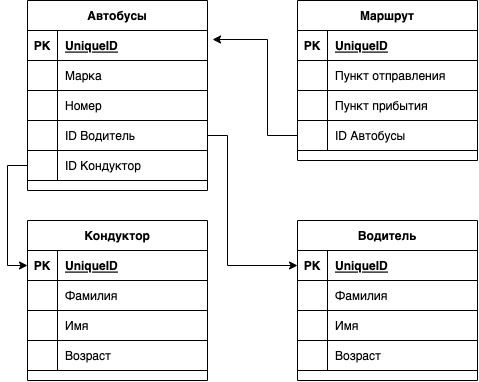
The draw.io diagram Bus.drawio.png in AlexanderIshchenko/HelloDataBase, before a commit. Source tidied: cells renumbered, new cells last; positions are measured from the earlier drawing's top-left corner, leaving out a move shared by most shapes. Source of this version:
```xml
<mxGraphModel>
  <root>
    <mxCell id="0" />
    <mxCell id="1" parent="0" />
    <mxCell id="2" value="Маршрут" style="shape=table;startSize=30;rowLines=0;fontStyle=1;align=center;" parent="1" vertex="1">
      <mxGeometry x="270" width="180" height="160" as="geometry" />
    </mxCell>
    <mxCell id="3" style="shape=tableRow;horizontal=0;startSize=0;swimlaneHead=0;swimlaneBody=0;fillColor=none;top=0;left=0;right=0;bottom=1;" parent="2" vertex="1">
      <mxGeometry y="30" width="180" height="30" as="geometry" />
    </mxCell>
    <mxCell id="4" value="PK" style="shape=partialRectangle;fillColor=none;top=0;left=0;bottom=0;right=0;fontStyle=1;overflow=hidden;" parent="3" vertex="1">
      <mxGeometry width="30" height="30" as="geometry" />
    </mxCell>
    <mxCell id="5" value="UniqueID" style="shape=partialRectangle;fillColor=none;top=0;left=0;bottom=0;right=0;align=left;spacingLeft=6;fontStyle=5;overflow=hidden;" parent="3" vertex="1">
      <mxGeometry x="30" width="150" height="30" as="geometry" />
    </mxCell>
    <mxCell id="6" style="shape=tableRow;horizontal=0;startSize=0;swimlaneHead=0;swimlaneBody=0;fillColor=none;top=0;left=0;right=0;bottom=0;" parent="2" vertex="1">
      <mxGeometry y="60" width="180" height="30" as="geometry" />
    </mxCell>
    <mxCell id="7" style="shape=partialRectangle;fillColor=none;top=0;left=0;bottom=0;right=0;overflow=hidden;" parent="6" vertex="1">
      <mxGeometry width="30" height="30" as="geometry" />
    </mxCell>
    <mxCell id="8" value="Пункт отправления" style="shape=partialRectangle;fillColor=none;top=0;left=0;bottom=0;right=0;align=left;spacingLeft=6;overflow=hidden;" parent="6" vertex="1">
      <mxGeometry x="30" width="150" height="30" as="geometry" />
    </mxCell>
    <mxCell id="9" style="shape=tableRow;horizontal=0;startSize=0;swimlaneHead=0;swimlaneBody=0;fillColor=none;top=0;left=0;right=0;bottom=0;" parent="2" vertex="1">
      <mxGeometry y="90" width="180" height="30" as="geometry" />
    </mxCell>
    <mxCell id="10" style="shape=partialRectangle;fillColor=none;top=0;left=0;bottom=0;right=0;overflow=hidden;" parent="9" vertex="1">
      <mxGeometry width="30" height="30" as="geometry" />
    </mxCell>
    <mxCell id="11" value="Пункт прибытия" style="shape=partialRectangle;fillColor=none;top=0;left=0;bottom=0;right=0;align=left;spacingLeft=6;overflow=hidden;" parent="9" vertex="1">
      <mxGeometry x="30" width="150" height="30" as="geometry" />
    </mxCell>
    <mxCell id="12" style="shape=tableRow;horizontal=0;startSize=0;swimlaneHead=0;swimlaneBody=0;fillColor=none;points=[[0,0.5],[1,0.5]];portConstraint=eastwest;top=0;left=0;right=0;bottom=0;" parent="2" vertex="1">
      <mxGeometry y="120" width="180" height="30" as="geometry" />
    </mxCell>
    <mxCell id="13" style="shape=partialRectangle;fillColor=none;top=0;left=0;bottom=0;right=0;overflow=hidden;" parent="12" vertex="1">
      <mxGeometry width="30" height="30" as="geometry" />
    </mxCell>
    <mxCell id="14" value="ID Автобусы" style="shape=partialRectangle;fillColor=none;top=0;left=0;bottom=0;right=0;align=left;spacingLeft=6;overflow=hidden;" parent="12" vertex="1">
      <mxGeometry x="30" width="150" height="30" as="geometry" />
    </mxCell>
    <mxCell id="15" value="Автобусы" style="shape=table;startSize=30;rowLines=0;fontStyle=1;align=center;" parent="1" vertex="1">
      <mxGeometry width="180" height="190" as="geometry" />
    </mxCell>
    <mxCell id="16" style="shape=tableRow;horizontal=0;startSize=0;swimlaneHead=0;swimlaneBody=0;fillColor=none;points=[[0,0.5],[1,0.5]];portConstraint=eastwest;top=0;left=0;right=0;bottom=1;" parent="15" vertex="1">
      <mxGeometry y="30" width="180" height="30" as="geometry" />
    </mxCell>
    <mxCell id="17" value="PK" style="shape=partialRectangle;fillColor=none;top=0;left=0;bottom=0;right=0;fontStyle=1;overflow=hidden;" parent="16" vertex="1">
      <mxGeometry width="30" height="30" as="geometry" />
    </mxCell>
    <mxCell id="18" value="UniqueID" style="shape=partialRectangle;fillColor=none;top=0;left=0;bottom=0;right=0;align=left;spacingLeft=6;fontStyle=5;overflow=hidden;" parent="16" vertex="1">
      <mxGeometry x="30" width="150" height="30" as="geometry" />
    </mxCell>
    <mxCell id="19" style="shape=tableRow;horizontal=0;startSize=0;swimlaneHead=0;swimlaneBody=0;fillColor=none;top=0;left=0;right=0;bottom=0;" parent="15" vertex="1">
      <mxGeometry y="60" width="180" height="30" as="geometry" />
    </mxCell>
    <mxCell id="20" style="shape=partialRectangle;fillColor=none;top=0;left=0;bottom=0;right=0;overflow=hidden;" parent="19" vertex="1">
      <mxGeometry width="30" height="30" as="geometry" />
    </mxCell>
    <mxCell id="21" value="Марка" style="shape=partialRectangle;fillColor=none;top=0;left=0;bottom=0;right=0;align=left;spacingLeft=6;overflow=hidden;" parent="19" vertex="1">
      <mxGeometry x="30" width="150" height="30" as="geometry" />
    </mxCell>
    <mxCell id="22" style="shape=tableRow;horizontal=0;startSize=0;swimlaneHead=0;swimlaneBody=0;fillColor=none;top=0;left=0;right=0;bottom=0;" parent="15" vertex="1">
      <mxGeometry y="90" width="180" height="30" as="geometry" />
    </mxCell>
    <mxCell id="23" style="shape=partialRectangle;fillColor=none;top=0;left=0;bottom=0;right=0;overflow=hidden;" parent="22" vertex="1">
      <mxGeometry width="30" height="30" as="geometry" />
    </mxCell>
    <mxCell id="24" value="Номер" style="shape=partialRectangle;fillColor=none;top=0;left=0;bottom=0;right=0;align=left;spacingLeft=6;overflow=hidden;" parent="22" vertex="1">
      <mxGeometry x="30" width="150" height="30" as="geometry" />
    </mxCell>
    <mxCell id="25" style="shape=tableRow;horizontal=0;startSize=0;swimlaneHead=0;swimlaneBody=0;fillColor=none;points=[[0,0.5],[1,0.5]];portConstraint=eastwest;top=0;left=0;right=0;bottom=0;" parent="15" vertex="1">
      <mxGeometry y="120" width="180" height="30" as="geometry" />
    </mxCell>
    <mxCell id="26" style="shape=partialRectangle;fillColor=none;top=0;left=0;bottom=0;right=0;overflow=hidden;" parent="25" vertex="1">
      <mxGeometry width="30" height="30" as="geometry" />
    </mxCell>
    <mxCell id="27" value="ID Водитель" style="shape=partialRectangle;fillColor=none;top=0;left=0;bottom=0;right=0;align=left;spacingLeft=6;overflow=hidden;" parent="25" vertex="1">
      <mxGeometry x="30" width="150" height="30" as="geometry" />
    </mxCell>
    <mxCell id="28" style="shape=tableRow;horizontal=0;startSize=0;swimlaneHead=0;swimlaneBody=0;fillColor=none;points=[[0,0.5],[1,0.5]];portConstraint=eastwest;top=0;left=0;right=0;bottom=0;" parent="15" vertex="1">
      <mxGeometry y="150" width="180" height="30" as="geometry" />
    </mxCell>
    <mxCell id="29" style="shape=partialRectangle;fillColor=none;top=0;left=0;bottom=0;right=0;overflow=hidden;" parent="28" vertex="1">
      <mxGeometry width="30" height="30" as="geometry" />
    </mxCell>
    <mxCell id="30" value="ID Кондуктор" style="shape=partialRectangle;fillColor=none;top=0;left=0;bottom=0;right=0;align=left;spacingLeft=6;overflow=hidden;" parent="28" vertex="1">
      <mxGeometry x="30" width="150" height="30" as="geometry" />
    </mxCell>
    <mxCell id="31" value="Водитель" style="shape=table;startSize=30;rowLines=0;fontStyle=1;align=center;" parent="1" vertex="1">
      <mxGeometry x="270" y="220" width="180" height="160" as="geometry" />
    </mxCell>
    <mxCell id="32" style="shape=tableRow;horizontal=0;startSize=0;swimlaneHead=0;swimlaneBody=0;fillColor=none;points=[[0,0.5],[1,0.5]];portConstraint=eastwest;top=0;left=0;right=0;bottom=1;" parent="31" vertex="1">
      <mxGeometry y="30" width="180" height="30" as="geometry" />
    </mxCell>
    <mxCell id="33" value="PK" style="shape=partialRectangle;fillColor=none;top=0;left=0;bottom=0;right=0;fontStyle=1;overflow=hidden;" parent="32" vertex="1">
      <mxGeometry width="30" height="30" as="geometry" />
    </mxCell>
    <mxCell id="34" value="UniqueID" style="shape=partialRectangle;fillColor=none;top=0;left=0;bottom=0;right=0;align=left;spacingLeft=6;fontStyle=5;overflow=hidden;" parent="32" vertex="1">
      <mxGeometry x="30" width="150" height="30" as="geometry" />
    </mxCell>
    <mxCell id="35" style="shape=tableRow;horizontal=0;startSize=0;swimlaneHead=0;swimlaneBody=0;fillColor=none;top=0;left=0;right=0;bottom=0;" parent="31" vertex="1">
      <mxGeometry y="60" width="180" height="30" as="geometry" />
    </mxCell>
    <mxCell id="36" style="shape=partialRectangle;fillColor=none;top=0;left=0;bottom=0;right=0;overflow=hidden;" parent="35" vertex="1">
      <mxGeometry width="30" height="30" as="geometry" />
    </mxCell>
    <mxCell id="37" value="Фамилия" style="shape=partialRectangle;fillColor=none;top=0;left=0;bottom=0;right=0;align=left;spacingLeft=6;overflow=hidden;" parent="35" vertex="1">
      <mxGeometry x="30" width="150" height="30" as="geometry" />
    </mxCell>
    <mxCell id="38" style="shape=tableRow;horizontal=0;startSize=0;swimlaneHead=0;swimlaneBody=0;fillColor=none;top=0;left=0;right=0;bottom=0;" parent="31" vertex="1">
      <mxGeometry y="90" width="180" height="30" as="geometry" />
    </mxCell>
    <mxCell id="39" style="shape=partialRectangle;fillColor=none;top=0;left=0;bottom=0;right=0;overflow=hidden;" parent="38" vertex="1">
      <mxGeometry width="30" height="30" as="geometry" />
    </mxCell>
    <mxCell id="40" value="Имя" style="shape=partialRectangle;fillColor=none;top=0;left=0;bottom=0;right=0;align=left;spacingLeft=6;overflow=hidden;" parent="38" vertex="1">
      <mxGeometry x="30" width="150" height="30" as="geometry" />
    </mxCell>
    <mxCell id="41" style="shape=tableRow;horizontal=0;startSize=0;swimlaneHead=0;swimlaneBody=0;fillColor=none;top=0;left=0;right=0;bottom=0;" parent="31" vertex="1">
      <mxGeometry y="120" width="180" height="30" as="geometry" />
    </mxCell>
    <mxCell id="42" style="shape=partialRectangle;fillColor=none;top=0;left=0;bottom=0;right=0;overflow=hidden;" parent="41" vertex="1">
      <mxGeometry width="30" height="30" as="geometry" />
    </mxCell>
    <mxCell id="43" value="Возраст" style="shape=partialRectangle;fillColor=none;top=0;left=0;bottom=0;right=0;align=left;spacingLeft=6;overflow=hidden;" parent="41" vertex="1">
      <mxGeometry x="30" width="150" height="30" as="geometry" />
    </mxCell>
    <mxCell id="44" value="Кондуктор" style="shape=table;startSize=30;rowLines=0;fontStyle=1;align=center;" parent="1" vertex="1">
      <mxGeometry y="220" width="180" height="160" as="geometry" />
    </mxCell>
    <mxCell id="45" style="shape=tableRow;horizontal=0;startSize=0;swimlaneHead=0;swimlaneBody=0;fillColor=none;points=[[0,0.5],[1,0.5]];portConstraint=eastwest;top=0;left=0;right=0;bottom=1;" parent="44" vertex="1">
      <mxGeometry y="30" width="180" height="30" as="geometry" />
    </mxCell>
    <mxCell id="46" value="PK" style="shape=partialRectangle;fillColor=none;top=0;left=0;bottom=0;right=0;fontStyle=1;overflow=hidden;" parent="45" vertex="1">
      <mxGeometry width="30" height="30" as="geometry" />
    </mxCell>
    <mxCell id="47" value="UniqueID" style="shape=partialRectangle;fillColor=none;top=0;left=0;bottom=0;right=0;align=left;spacingLeft=6;fontStyle=5;overflow=hidden;" parent="45" vertex="1">
      <mxGeometry x="30" width="150" height="30" as="geometry" />
    </mxCell>
    <mxCell id="48" style="shape=tableRow;horizontal=0;startSize=0;swimlaneHead=0;swimlaneBody=0;fillColor=none;top=0;left=0;right=0;bottom=0;" parent="44" vertex="1">
      <mxGeometry y="60" width="180" height="30" as="geometry" />
    </mxCell>
    <mxCell id="49" style="shape=partialRectangle;fillColor=none;top=0;left=0;bottom=0;right=0;overflow=hidden;" parent="48" vertex="1">
      <mxGeometry width="30" height="30" as="geometry" />
    </mxCell>
    <mxCell id="50" value="Фамилия" style="shape=partialRectangle;fillColor=none;top=0;left=0;bottom=0;right=0;align=left;spacingLeft=6;overflow=hidden;" parent="48" vertex="1">
      <mxGeometry x="30" width="150" height="30" as="geometry" />
    </mxCell>
    <mxCell id="51" style="shape=tableRow;horizontal=0;startSize=0;swimlaneHead=0;swimlaneBody=0;fillColor=none;top=0;left=0;right=0;bottom=0;" parent="44" vertex="1">
      <mxGeometry y="90" width="180" height="30" as="geometry" />
    </mxCell>
    <mxCell id="52" style="shape=partialRectangle;fillColor=none;top=0;left=0;bottom=0;right=0;overflow=hidden;" parent="51" vertex="1">
      <mxGeometry width="30" height="30" as="geometry" />
    </mxCell>
    <mxCell id="53" value="Имя" style="shape=partialRectangle;fillColor=none;top=0;left=0;bottom=0;right=0;align=left;spacingLeft=6;overflow=hidden;" parent="51" vertex="1">
      <mxGeometry x="30" width="150" height="30" as="geometry" />
    </mxCell>
    <mxCell id="54" style="shape=tableRow;horizontal=0;startSize=0;swimlaneHead=0;swimlaneBody=0;fillColor=none;top=0;left=0;right=0;bottom=0;" parent="44" vertex="1">
      <mxGeometry y="120" width="180" height="30" as="geometry" />
    </mxCell>
    <mxCell id="55" style="shape=partialRectangle;fillColor=none;top=0;left=0;bottom=0;right=0;overflow=hidden;" parent="54" vertex="1">
      <mxGeometry width="30" height="30" as="geometry" />
    </mxCell>
    <mxCell id="56" value="Возраст" style="shape=partialRectangle;fillColor=none;top=0;left=0;bottom=0;right=0;align=left;spacingLeft=6;overflow=hidden;" parent="54" vertex="1">
      <mxGeometry x="30" width="150" height="30" as="geometry" />
    </mxCell>
    <mxCell id="57" style="edgeStyle=orthogonalEdgeStyle;rounded=0;jettySize=auto;html=1;entryX=1.028;entryY=0.3;entryDx=0;entryDy=0;entryPerimeter=0;" parent="1" edge="1" source="12" target="16">
      <mxGeometry relative="1" as="geometry">
        <Array as="points">
          <mxPoint x="240" y="135" />
          <mxPoint x="240" y="39" />
        </Array>
      </mxGeometry>
    </mxCell>
    <mxCell id="58" style="edgeStyle=orthogonalEdgeStyle;rounded=0;jettySize=auto;html=1;entryX=0;entryY=0.5;entryDx=0;entryDy=0;" parent="1" edge="1" source="28" target="45">
      <mxGeometry relative="1" as="geometry" />
    </mxCell>
    <mxCell id="59" style="edgeStyle=orthogonalEdgeStyle;rounded=0;jettySize=auto;html=1;entryX=0;entryY=0.5;entryDx=0;entryDy=0;" parent="1" edge="1" source="25" target="32">
      <mxGeometry relative="1" as="geometry">
        <Array as="points">
          <mxPoint x="200" y="135" />
          <mxPoint x="200" y="265" />
        </Array>
      </mxGeometry>
    </mxCell>
  </root>
</mxGraphModel>
```
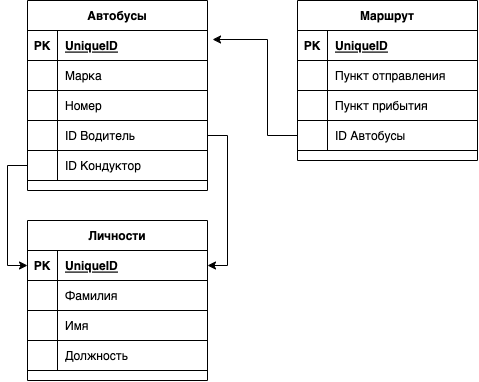
Later version of the same file.

Commit message:
Домашнее задание Автобусы png исправление

What changed in the source:
```diff
@@ -89,46 +89,7 @@
     <mxCell id="30" value="ID Кондуктор" style="shape=partialRectangle;fillColor=none;top=0;left=0;bottom=0;right=0;align=left;spacingLeft=6;overflow=hidden;" parent="28" vertex="1">
       <mxGeometry x="30" width="150" height="30" as="geometry" />
     </mxCell>
-    <mxCell id="31" value="Водитель" style="shape=table;startSize=30;rowLines=0;fontStyle=1;align=center;" parent="1" vertex="1">
-      <mxGeometry x="270" y="220" width="180" height="160" as="geometry" />
-    </mxCell>
-    <mxCell id="32" style="shape=tableRow;horizontal=0;startSize=0;swimlaneHead=0;swimlaneBody=0;fillColor=none;points=[[0,0.5],[1,0.5]];portConstraint=eastwest;top=0;left=0;right=0;bottom=1;" parent="31" vertex="1">
-      <mxGeometry y="30" width="180" height="30" as="geometry" />
-    </mxCell>
-    <mxCell id="33" value="PK" style="shape=partialRectangle;fillColor=none;top=0;left=0;bottom=0;right=0;fontStyle=1;overflow=hidden;" parent="32" vertex="1">
-      <mxGeometry width="30" height="30" as="geometry" />
-    </mxCell>
-    <mxCell id="34" value="UniqueID" style="shape=partialRectangle;fillColor=none;top=0;left=0;bottom=0;right=0;align=left;spacingLeft=6;fontStyle=5;overflow=hidden;" parent="32" vertex="1">
-      <mxGeometry x="30" width="150" height="30" as="geometry" />
-    </mxCell>
-    <mxCell id="35" style="shape=tableRow;horizontal=0;startSize=0;swimlaneHead=0;swimlaneBody=0;fillColor=none;top=0;left=0;right=0;bottom=0;" parent="31" vertex="1">
-      <mxGeometry y="60" width="180" height="30" as="geometry" />
-    </mxCell>
-    <mxCell id="36" style="shape=partialRectangle;fillColor=none;top=0;left=0;bottom=0;right=0;overflow=hidden;" parent="35" vertex="1">
-      <mxGeometry width="30" height="30" as="geometry" />
-    </mxCell>
-    <mxCell id="37" value="Фамилия" style="shape=partialRectangle;fillColor=none;top=0;left=0;bottom=0;right=0;align=left;spacingLeft=6;overflow=hidden;" parent="35" vertex="1">
-      <mxGeometry x="30" width="150" height="30" as="geometry" />
-    </mxCell>
-    <mxCell id="38" style="shape=tableRow;horizontal=0;startSize=0;swimlaneHead=0;swimlaneBody=0;fillColor=none;top=0;left=0;right=0;bottom=0;" parent="31" vertex="1">
-      <mxGeometry y="90" width="180" height="30" as="geometry" />
-    </mxCell>
-    <mxCell id="39" style="shape=partialRectangle;fillColor=none;top=0;left=0;bottom=0;right=0;overflow=hidden;" parent="38" vertex="1">
-      <mxGeometry width="30" height="30" as="geometry" />
-    </mxCell>
-    <mxCell id="40" value="Имя" style="shape=partialRectangle;fillColor=none;top=0;left=0;bottom=0;right=0;align=left;spacingLeft=6;overflow=hidden;" parent="38" vertex="1">
-      <mxGeometry x="30" width="150" height="30" as="geometry" />
-    </mxCell>
-    <mxCell id="41" style="shape=tableRow;horizontal=0;startSize=0;swimlaneHead=0;swimlaneBody=0;fillColor=none;top=0;left=0;right=0;bottom=0;" parent="31" vertex="1">
-      <mxGeometry y="120" width="180" height="30" as="geometry" />
-    </mxCell>
-    <mxCell id="42" style="shape=partialRectangle;fillColor=none;top=0;left=0;bottom=0;right=0;overflow=hidden;" parent="41" vertex="1">
-      <mxGeometry width="30" height="30" as="geometry" />
-    </mxCell>
-    <mxCell id="43" value="Возраст" style="shape=partialRectangle;fillColor=none;top=0;left=0;bottom=0;right=0;align=left;spacingLeft=6;overflow=hidden;" parent="41" vertex="1">
-      <mxGeometry x="30" width="150" height="30" as="geometry" />
-    </mxCell>
-    <mxCell id="44" value="Кондуктор" style="shape=table;startSize=30;rowLines=0;fontStyle=1;align=center;" parent="1" vertex="1">
+    <mxCell id="44" value="Личности" style="shape=table;startSize=30;rowLines=0;fontStyle=1;align=center;" parent="1" vertex="1">
       <mxGeometry y="220" width="180" height="160" as="geometry" />
     </mxCell>
     <mxCell id="45" style="shape=tableRow;horizontal=0;startSize=0;swimlaneHead=0;swimlaneBody=0;fillColor=none;points=[[0,0.5],[1,0.5]];portConstraint=eastwest;top=0;left=0;right=0;bottom=1;" parent="44" vertex="1">
@@ -164,7 +125,7 @@
     <mxCell id="55" style="shape=partialRectangle;fillColor=none;top=0;left=0;bottom=0;right=0;overflow=hidden;" parent="54" vertex="1">
       <mxGeometry width="30" height="30" as="geometry" />
     </mxCell>
-    <mxCell id="56" value="Возраст" style="shape=partialRectangle;fillColor=none;top=0;left=0;bottom=0;right=0;align=left;spacingLeft=6;overflow=hidden;" parent="54" vertex="1">
+    <mxCell id="56" value="Должность" style="shape=partialRectangle;fillColor=none;top=0;left=0;bottom=0;right=0;align=left;spacingLeft=6;overflow=hidden;" parent="54" vertex="1">
       <mxGeometry x="30" width="150" height="30" as="geometry" />
     </mxCell>
     <mxCell id="57" style="edgeStyle=orthogonalEdgeStyle;rounded=0;jettySize=auto;html=1;entryX=1.028;entryY=0.3;entryDx=0;entryDy=0;entryPerimeter=0;" parent="1" edge="1" source="12" target="16">
@@ -178,7 +139,7 @@
     <mxCell id="58" style="edgeStyle=orthogonalEdgeStyle;rounded=0;jettySize=auto;html=1;entryX=0;entryY=0.5;entryDx=0;entryDy=0;" parent="1" edge="1" source="28" target="45">
       <mxGeometry relative="1" as="geometry" />
     </mxCell>
-    <mxCell id="59" style="edgeStyle=orthogonalEdgeStyle;rounded=0;jettySize=auto;html=1;entryX=0;entryY=0.5;entryDx=0;entryDy=0;" parent="1" edge="1" source="25" target="32">
+    <mxCell id="59" style="edgeStyle=orthogonalEdgeStyle;rounded=0;jettySize=auto;html=1;entryX=1;entryY=0.5;entryDx=0;entryDy=0;" parent="1" edge="1" source="25" target="45">
       <mxGeometry relative="1" as="geometry">
         <Array as="points">
           <mxPoint x="200" y="135" />
```
